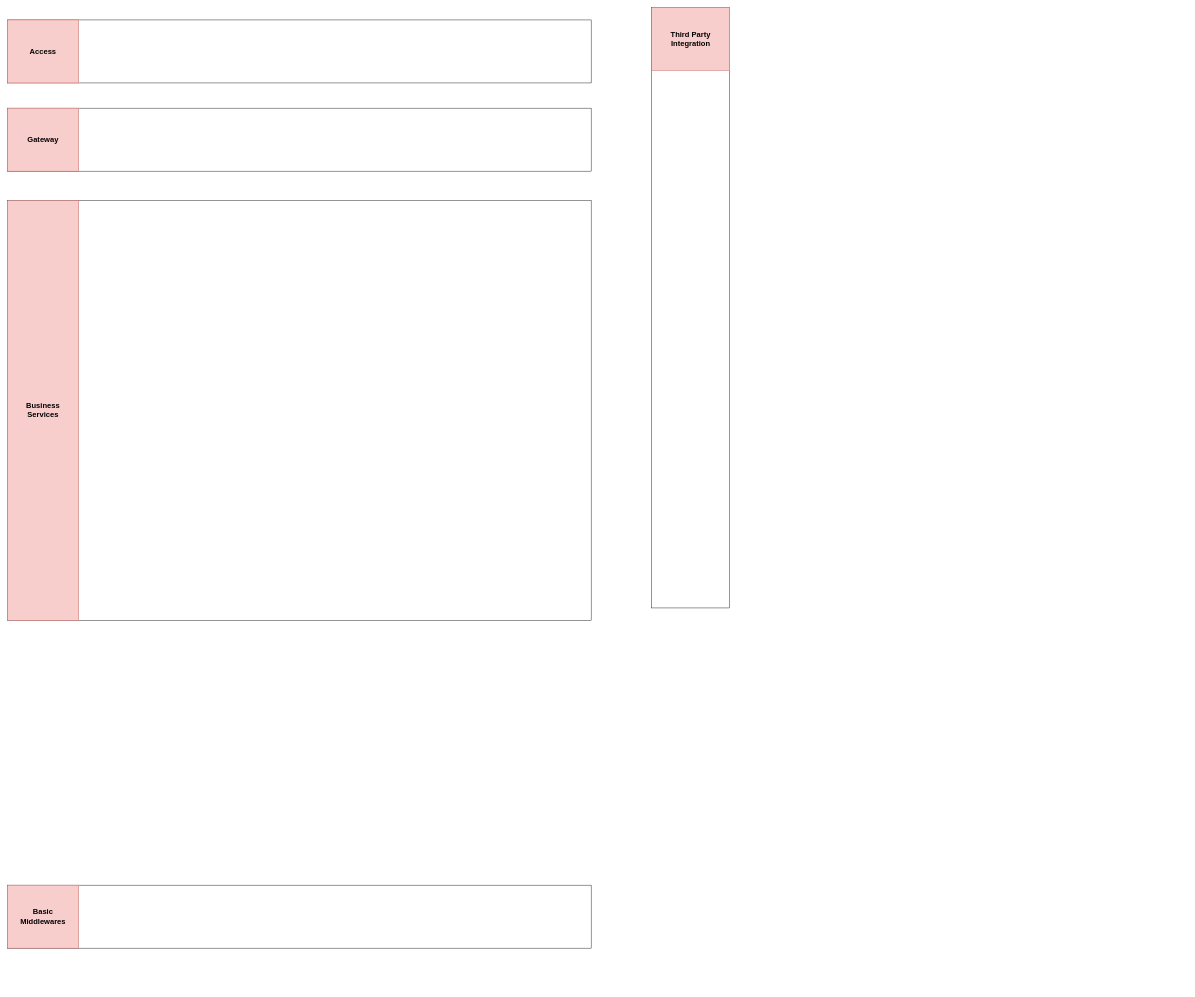
Earlier version of the draw.io diagram wallet_kwt_archi.drawio (EricLuoisme/own-diagrams-draw-io). Source tidied: cells renumbered, new cells numbered last; positions are measured from the earlier drawing's top-left corner, leaving out a move shared by most shapes. Both pictures are drawn from the tidied source at 42%, with x=0, y=0 at pixel (7, 7).
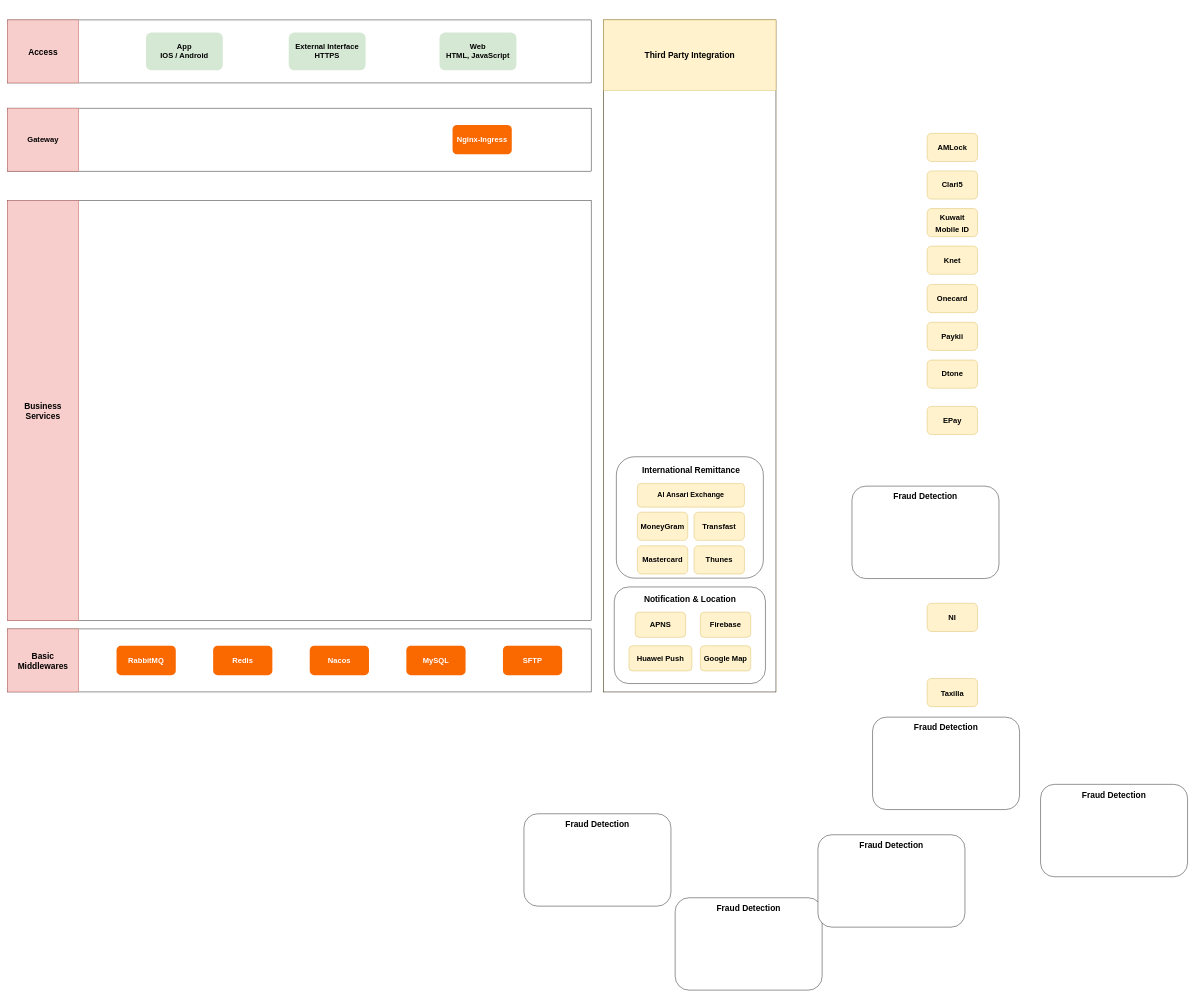
After the change.

Unchanged cells that the change refers to:
```xml
<mxCell id="5" style="group;" parent="1" vertex="1">
  <mxGeometry y="30" width="1390" height="150" as="geometry" />
</mxCell>
<mxCell id="8" style="group;" parent="1" vertex="1">
  <mxGeometry y="240" width="1390" height="150" as="geometry" />
</mxCell>
<mxCell id="11" style="group;" parent="1" vertex="1">
  <mxGeometry y="460" width="1390" height="1000" as="geometry" />
</mxCell>
```

Diff of the diagram source:
```diff
@@
-    <mxCell id="2" style="group;" parent="1" vertex="1">
-      <mxGeometry y="2090" width="1390" height="150" as="geometry" />
-    </mxCell>
-    <mxCell id="3" style="rounded=0;whiteSpace=wrap;html=1;fontSize=11;strokeWidth=1;" parent="2" vertex="1">
-      <mxGeometry width="1390" height="150" as="geometry" />
-    </mxCell>
-    <mxCell id="4" value="&lt;font style=&quot;font-size: 18px;&quot;&gt;&lt;b&gt;Basic&lt;/b&gt;&lt;/font&gt;&lt;div&gt;&lt;font style=&quot;font-size: 18px;&quot;&gt;&lt;b&gt;Middlewares&lt;/b&gt;&lt;/font&gt;&lt;/div&gt;" style="rounded=0;whiteSpace=wrap;html=1;fillColor=#f8cecc;strokeColor=#b85450;" parent="2" vertex="1">
-      <mxGeometry width="170" height="150" as="geometry" />
-    </mxCell>
@@
-    <mxCell id="7" value="&lt;font style=&quot;font-size: 18px;&quot;&gt;&lt;b&gt;Access&lt;/b&gt;&lt;/font&gt;" style="rounded=0;whiteSpace=wrap;html=1;fillColor=#f8cecc;strokeColor=#b85450;" parent="5" vertex="1">
+    <mxCell id="7" value="&lt;font size=&quot;1&quot; style=&quot;&quot;&gt;&lt;b style=&quot;font-size: 20px;&quot;&gt;Access&lt;/b&gt;&lt;/font&gt;" style="rounded=0;whiteSpace=wrap;html=1;fillColor=#f8cecc;strokeColor=#b85450;" parent="5" vertex="1">
       <mxGeometry width="170" height="150" as="geometry" />
     </mxCell>
+    <mxCell id="17" value="&lt;b&gt;App&lt;/b&gt;&lt;div style=&quot;font-size: 18px;&quot;&gt;&lt;b&gt;IOS / Android&lt;/b&gt;&lt;/div&gt;" style="rounded=1;whiteSpace=wrap;html=1;fillColor=#d5e8d4;strokeColor=none;fontSize=18;" parent="5" vertex="1">
+      <mxGeometry x="330" y="30" width="183" height="90" as="geometry" />
+    </mxCell>
+    <mxCell id="18" value="&lt;b&gt;External Interface&lt;/b&gt;&lt;div&gt;&lt;b&gt;HTTPS&lt;/b&gt;&lt;/div&gt;" style="rounded=1;whiteSpace=wrap;html=1;fillColor=#d5e8d4;strokeColor=none;fontSize=18;" parent="5" vertex="1">
+      <mxGeometry x="670" y="30" width="183" height="90" as="geometry" />
+    </mxCell>
+    <mxCell id="19" value="&lt;b&gt;Web&lt;/b&gt;&lt;div&gt;&lt;b&gt;HTML, JavaScript&lt;/b&gt;&lt;/div&gt;" style="rounded=1;whiteSpace=wrap;html=1;fillColor=#d5e8d4;strokeColor=none;fontSize=18;" parent="5" vertex="1">
+      <mxGeometry x="1029" y="30" width="183" height="90" as="geometry" />
+    </mxCell>
@@
+    <mxCell id="20" value="&lt;font color=&quot;#ffffff&quot; style=&quot;font-size: 18px;&quot;&gt;&lt;b&gt;Nginx-Ingress&lt;/b&gt;&lt;/font&gt;" style="rounded=1;whiteSpace=wrap;html=1;labelBorderColor=none;fillColor=#fa6800;strokeColor=none;fontColor=#000000;" parent="8" vertex="1">
+      <mxGeometry x="1060" y="40" width="141" height="70" as="geometry" />
+    </mxCell>
@@
-    <mxCell id="13" value="&lt;font style=&quot;font-size: 18px;&quot;&gt;&lt;b&gt;Business&lt;/b&gt;&lt;/font&gt;&lt;div&gt;&lt;font style=&quot;font-size: 18px;&quot;&gt;&lt;b&gt;Services&lt;/b&gt;&lt;/font&gt;&lt;/div&gt;" style="rounded=0;whiteSpace=wrap;html=1;fillColor=#f8cecc;strokeColor=#b85450;" parent="11" vertex="1">
+    <mxCell id="13" value="&lt;font style=&quot;font-size: 20px;&quot;&gt;&lt;b style=&quot;&quot;&gt;Business&lt;/b&gt;&lt;/font&gt;&lt;div style=&quot;font-size: 20px;&quot;&gt;&lt;font style=&quot;font-size: 20px;&quot;&gt;&lt;b style=&quot;&quot;&gt;Services&lt;/b&gt;&lt;/font&gt;&lt;/div&gt;" style="rounded=0;whiteSpace=wrap;html=1;fillColor=#f8cecc;strokeColor=#b85450;" parent="11" vertex="1">
       <mxGeometry width="170" height="1000" as="geometry" />
     </mxCell>
-    <mxCell id="14" style="group;" parent="1" vertex="1">
-      <mxGeometry x="1534" width="186" height="1430" as="geometry" />
+    <mxCell id="14" style="group;fillColor=#fff2cc;strokeColor=#d6b656;" parent="1" vertex="1">
+      <mxGeometry x="1420" y="30" width="410" height="1600" as="geometry" />
     </mxCell>
     <mxCell id="15" style="rounded=0;whiteSpace=wrap;html=1;fontSize=11;strokeWidth=1;" parent="14" vertex="1">
-      <mxGeometry width="186" height="1430" as="geometry" />
+      <mxGeometry width="410" height="1600" as="geometry" />
     </mxCell>
-    <mxCell id="16" value="&lt;font style=&quot;font-size: 18px;&quot;&gt;&lt;b&gt;Third Party&lt;/b&gt;&lt;/font&gt;&lt;div&gt;&lt;font style=&quot;font-size: 18px;&quot;&gt;&lt;b&gt;Integration&lt;/b&gt;&lt;/font&gt;&lt;/div&gt;" style="rounded=0;whiteSpace=wrap;html=1;fillColor=#f8cecc;strokeColor=#b85450;" parent="14" vertex="1">
-      <mxGeometry width="186" height="150" as="geometry" />
+    <mxCell id="16" value="&lt;font style=&quot;font-size: 20px;&quot;&gt;&lt;b style=&quot;&quot;&gt;Third Party&amp;nbsp;&lt;/b&gt;&lt;/font&gt;&lt;b style=&quot;font-size: 20px; background-color: initial;&quot;&gt;Integration&lt;/b&gt;" style="rounded=0;whiteSpace=wrap;html=1;fillColor=#fff2cc;strokeColor=#d6b656;" parent="14" vertex="1">
+      <mxGeometry width="410" height="167.8" as="geometry" />
     </mxCell>
+    <mxCell id="21" style="group;" parent="14" vertex="1">
+      <mxGeometry x="30" y="1040" width="350" height="289" as="geometry" />
+    </mxCell>
+    <mxCell id="22" style="rounded=1;whiteSpace=wrap;html=1;" parent="21" vertex="1">
+      <mxGeometry width="350" height="289" as="geometry" />
+    </mxCell>
+    <mxCell id="23" value="&lt;font size=&quot;1&quot; style=&quot;&quot;&gt;&lt;b style=&quot;font-size: 20px;&quot;&gt;International Remittance&lt;/b&gt;&lt;/font&gt;" style="text;strokeColor=none;align=center;fillColor=none;html=1;verticalAlign=middle;whiteSpace=wrap;rounded=0;" parent="21" vertex="1">
+      <mxGeometry x="42.6" width="269.7" height="63.5" as="geometry" />
+    </mxCell>
+    <mxCell id="24" value="&lt;strong&gt;&lt;font style=&quot;font-size: 17px;&quot;&gt;Al Ansari Exchange&lt;/font&gt;&lt;/strong&gt;" style="rounded=1;whiteSpace=wrap;html=1;fillColor=#fff2cc;strokeColor=#d6b656;" parent="21" vertex="1">
+      <mxGeometry x="50" y="63.5" width="255" height="56.5" as="geometry" />
+    </mxCell>
+    <mxCell id="25" value="&lt;b&gt;&lt;font style=&quot;font-size: 18px;&quot;&gt;Transfast&lt;/font&gt;&lt;/b&gt;" style="rounded=1;whiteSpace=wrap;html=1;fillColor=#fff2cc;strokeColor=#d6b656;" parent="21" vertex="1">
+      <mxGeometry x="185" y="132" width="120" height="67.1" as="geometry" />
+    </mxCell>
+    <mxCell id="26" value="&lt;b&gt;&lt;font style=&quot;font-size: 18px;&quot;&gt;Thunes&lt;/font&gt;&lt;/b&gt;" style="rounded=1;whiteSpace=wrap;html=1;fillColor=#fff2cc;strokeColor=#d6b656;" parent="21" vertex="1">
+      <mxGeometry x="185" y="212" width="120" height="67.1" as="geometry" />
+    </mxCell>
+    <mxCell id="27" value="&lt;b&gt;&lt;font style=&quot;font-size: 18px;&quot;&gt;MoneyGram&lt;/font&gt;&lt;/b&gt;" style="rounded=1;whiteSpace=wrap;html=1;fillColor=#fff2cc;strokeColor=#d6b656;" parent="21" vertex="1">
+      <mxGeometry x="50" y="132" width="120" height="67.1" as="geometry" />
+    </mxCell>
+    <mxCell id="28" value="&lt;b&gt;&lt;font style=&quot;font-size: 18px;&quot;&gt;Mastercard&lt;/font&gt;&lt;/b&gt;" style="rounded=1;whiteSpace=wrap;html=1;fillColor=#fff2cc;strokeColor=#d6b656;" parent="21" vertex="1">
+      <mxGeometry x="50" y="212" width="120" height="67.1" as="geometry" />
+    </mxCell>
+    <mxCell id="29" style="group;" parent="14" vertex="1">
+      <mxGeometry x="25" y="1350" width="360" height="230" as="geometry" />
+    </mxCell>
+    <mxCell id="30" style="rounded=1;whiteSpace=wrap;html=1;" parent="29" vertex="1">
+      <mxGeometry width="360" height="230" as="geometry" />
+    </mxCell>
+    <mxCell id="31" value="&lt;font size=&quot;1&quot; style=&quot;&quot;&gt;&lt;b style=&quot;font-size: 20px;&quot;&gt;Notification &amp;amp; Location&lt;/b&gt;&lt;/font&gt;" style="text;strokeColor=none;align=center;fillColor=none;html=1;verticalAlign=middle;whiteSpace=wrap;rounded=0;" parent="29" vertex="1">
+      <mxGeometry x="61.6" y="3" width="236.8" height="50" as="geometry" />
+    </mxCell>
+    <mxCell id="32" value="&lt;b&gt;&lt;font style=&quot;font-size: 18px;&quot;&gt;APNS&lt;/font&gt;&lt;/b&gt;" style="rounded=1;whiteSpace=wrap;html=1;fillColor=#fff2cc;strokeColor=#d6b656;" parent="29" vertex="1">
+      <mxGeometry x="50" y="60" width="120" height="60" as="geometry" />
+    </mxCell>
+    <mxCell id="33" value="&lt;span style=&quot;font-size: 18px;&quot;&gt;&lt;b&gt;Huawei Push&lt;/b&gt;&lt;/span&gt;" style="rounded=1;whiteSpace=wrap;html=1;fillColor=#fff2cc;strokeColor=#d6b656;" parent="29" vertex="1">
+      <mxGeometry x="35" y="140" width="150" height="60" as="geometry" />
+    </mxCell>
+    <mxCell id="34" value="&lt;span style=&quot;font-size: 18px;&quot;&gt;&lt;b&gt;Firebase&lt;/b&gt;&lt;/span&gt;" style="rounded=1;whiteSpace=wrap;html=1;fillColor=#fff2cc;strokeColor=#d6b656;" parent="29" vertex="1">
+      <mxGeometry x="205" y="60" width="120" height="60" as="geometry" />
+    </mxCell>
+    <mxCell id="35" value="&lt;span style=&quot;font-size: 18px;&quot;&gt;&lt;b&gt;Google Map&lt;/b&gt;&lt;/span&gt;" style="rounded=1;whiteSpace=wrap;html=1;fillColor=#fff2cc;strokeColor=#d6b656;" parent="29" vertex="1">
+      <mxGeometry x="205" y="140" width="120" height="60" as="geometry" />
+    </mxCell>
+    <mxCell id="3" style="rounded=0;whiteSpace=wrap;html=1;fontSize=11;strokeWidth=1;" parent="1" vertex="1">
+      <mxGeometry y="1480" width="1390" height="150" as="geometry" />
+    </mxCell>
+    <mxCell id="4" value="&lt;font style=&quot;font-size: 20px;&quot;&gt;&lt;b style=&quot;&quot;&gt;Basic&lt;/b&gt;&lt;/font&gt;&lt;div style=&quot;font-size: 20px;&quot;&gt;&lt;font style=&quot;font-size: 20px;&quot;&gt;&lt;b style=&quot;&quot;&gt;Middlewares&lt;/b&gt;&lt;/font&gt;&lt;/div&gt;" style="rounded=0;whiteSpace=wrap;html=1;fillColor=#f8cecc;strokeColor=#b85450;" parent="1" vertex="1">
+      <mxGeometry y="1480" width="170" height="150" as="geometry" />
+    </mxCell>
+    <mxCell id="36" value="&lt;font color=&quot;#ffffff&quot; style=&quot;font-size: 18px;&quot;&gt;&lt;b&gt;RabbitMQ&lt;/b&gt;&lt;/font&gt;" style="rounded=1;whiteSpace=wrap;html=1;labelBorderColor=none;fillColor=#fa6800;strokeColor=none;fontColor=#000000;" parent="1" vertex="1">
+      <mxGeometry x="260" y="1520" width="141" height="70" as="geometry" />
+    </mxCell>
+    <mxCell id="37" value="&lt;font color=&quot;#ffffff&quot; style=&quot;font-size: 18px;&quot;&gt;&lt;b&gt;Redis&lt;/b&gt;&lt;/font&gt;" style="rounded=1;whiteSpace=wrap;html=1;labelBorderColor=none;fillColor=#fa6800;strokeColor=none;fontColor=#000000;" parent="1" vertex="1">
+      <mxGeometry x="490" y="1520" width="141" height="70" as="geometry" />
+    </mxCell>
+    <mxCell id="38" value="&lt;font color=&quot;#ffffff&quot; style=&quot;font-size: 18px;&quot;&gt;&lt;b&gt;Nacos&lt;/b&gt;&lt;/font&gt;" style="rounded=1;whiteSpace=wrap;html=1;labelBorderColor=none;fillColor=#fa6800;strokeColor=none;fontColor=#000000;" parent="1" vertex="1">
+      <mxGeometry x="720" y="1520" width="141" height="70" as="geometry" />
+    </mxCell>
+    <mxCell id="39" value="&lt;font color=&quot;#ffffff&quot; style=&quot;font-size: 18px;&quot;&gt;&lt;b&gt;MySQL&lt;/b&gt;&lt;/font&gt;" style="rounded=1;whiteSpace=wrap;html=1;labelBorderColor=none;fillColor=#fa6800;strokeColor=none;fontColor=#000000;" parent="1" vertex="1">
+      <mxGeometry x="950" y="1520" width="141" height="70" as="geometry" />
+    </mxCell>
+    <mxCell id="40" value="&lt;font color=&quot;#ffffff&quot; style=&quot;font-size: 18px;&quot;&gt;&lt;b&gt;SFTP&lt;/b&gt;&lt;/font&gt;" style="rounded=1;whiteSpace=wrap;html=1;labelBorderColor=none;fillColor=#fa6800;strokeColor=none;fontColor=#000000;" parent="1" vertex="1">
+      <mxGeometry x="1180" y="1520" width="141" height="70" as="geometry" />
+    </mxCell>
+    <mxCell id="41" value="&lt;b&gt;&lt;font style=&quot;font-size: 18px;&quot;&gt;AMLock&lt;/font&gt;&lt;/b&gt;" style="rounded=1;whiteSpace=wrap;html=1;fillColor=#fff2cc;strokeColor=#d6b656;" parent="1" vertex="1">
+      <mxGeometry x="2190" y="300" width="120" height="67.1" as="geometry" />
+    </mxCell>
+    <mxCell id="42" value="&lt;b&gt;&lt;font style=&quot;font-size: 18px;&quot;&gt;Clari5&lt;/font&gt;&lt;/b&gt;" style="rounded=1;whiteSpace=wrap;html=1;fillColor=#fff2cc;strokeColor=#d6b656;" parent="1" vertex="1">
+      <mxGeometry x="2190" y="389.5" width="120" height="67.1" as="geometry" />
+    </mxCell>
+    <mxCell id="43" value="&lt;h1&gt;&lt;span class=&quot;AfwdI&quot;&gt;&lt;font style=&quot;font-size: 18px;&quot;&gt;Kuwait Mobile ID&lt;/font&gt;&lt;/span&gt;&lt;/h1&gt;" style="rounded=1;whiteSpace=wrap;html=1;fillColor=#fff2cc;strokeColor=#d6b656;" parent="1" vertex="1">
+      <mxGeometry x="2190" y="479" width="120" height="67.1" as="geometry" />
+    </mxCell>
+    <mxCell id="44" value="&lt;b&gt;&lt;font style=&quot;font-size: 18px;&quot;&gt;Knet&lt;/font&gt;&lt;/b&gt;" style="rounded=1;whiteSpace=wrap;html=1;fillColor=#fff2cc;strokeColor=#d6b656;" parent="1" vertex="1">
+      <mxGeometry x="2190" y="568.5" width="120" height="67.1" as="geometry" />
+    </mxCell>
+    <mxCell id="45" value="&lt;b&gt;&lt;font style=&quot;font-size: 18px;&quot;&gt;Onecard&lt;/font&gt;&lt;/b&gt;" style="rounded=1;whiteSpace=wrap;html=1;fillColor=#fff2cc;strokeColor=#d6b656;" parent="1" vertex="1">
+      <mxGeometry x="2190" y="659.8" width="120" height="67.1" as="geometry" />
+    </mxCell>
+    <mxCell id="46" value="&lt;b&gt;&lt;font style=&quot;font-size: 18px;&quot;&gt;Paykii&lt;/font&gt;&lt;/b&gt;" style="rounded=1;whiteSpace=wrap;html=1;fillColor=#fff2cc;strokeColor=#d6b656;" parent="1" vertex="1">
+      <mxGeometry x="2190" y="749.8" width="120" height="67.1" as="geometry" />
+    </mxCell>
+    <mxCell id="47" value="&lt;span style=&quot;font-size: 18px;&quot;&gt;&lt;b&gt;Dtone&lt;/b&gt;&lt;/span&gt;" style="rounded=1;whiteSpace=wrap;html=1;fillColor=#fff2cc;strokeColor=#d6b656;" parent="1" vertex="1">
+      <mxGeometry x="2190" y="839.8" width="120" height="67.1" as="geometry" />
+    </mxCell>
+    <mxCell id="48" value="&lt;b&gt;&lt;font style=&quot;font-size: 18px;&quot;&gt;EPay&lt;/font&gt;&lt;/b&gt;" style="rounded=1;whiteSpace=wrap;html=1;fillColor=#fff2cc;strokeColor=#d6b656;" parent="1" vertex="1">
+      <mxGeometry x="2190" y="950" width="120" height="67.1" as="geometry" />
+    </mxCell>
+    <mxCell id="49" value="&lt;b&gt;&lt;font style=&quot;font-size: 18px;&quot;&gt;NI&lt;/font&gt;&lt;/b&gt;" style="rounded=1;whiteSpace=wrap;html=1;fillColor=#fff2cc;strokeColor=#d6b656;" parent="1" vertex="1">
+      <mxGeometry x="2190" y="1418.9" width="120" height="67.1" as="geometry" />
+    </mxCell>
+    <mxCell id="50" value="&lt;h1&gt;&lt;span style=&quot;font-size: 18px;&quot;&gt;Taxilla&lt;/span&gt;&lt;/h1&gt;" style="rounded=1;whiteSpace=wrap;html=1;fillColor=#fff2cc;strokeColor=#d6b656;" parent="1" vertex="1">
+      <mxGeometry x="2190" y="1597.9" width="120" height="67.1" as="geometry" />
+    </mxCell>
+    <mxCell id="51" style="group;" parent="1" vertex="1">
+      <mxGeometry x="1590" y="2120" width="350" height="220" as="geometry" />
+    </mxCell>
+    <mxCell id="52" style="rounded=1;whiteSpace=wrap;html=1;" parent="51" vertex="1">
+      <mxGeometry width="350" height="220" as="geometry" />
+    </mxCell>
+    <mxCell id="53" value="&lt;font size=&quot;1&quot; style=&quot;&quot;&gt;&lt;b style=&quot;font-size: 20px;&quot;&gt;Fraud Detection&lt;/b&gt;&lt;/font&gt;" style="text;strokeColor=none;align=center;fillColor=none;html=1;verticalAlign=middle;whiteSpace=wrap;rounded=0;" parent="51" vertex="1">
+      <mxGeometry x="59.9" width="230.3" height="47.8" as="geometry" />
+    </mxCell>
+    <mxCell id="54" style="group;" parent="1" vertex="1">
+      <mxGeometry x="2060" y="1690" width="350" height="220" as="geometry" />
+    </mxCell>
+    <mxCell id="55" style="rounded=1;whiteSpace=wrap;html=1;" parent="54" vertex="1">
+      <mxGeometry width="350" height="220" as="geometry" />
+    </mxCell>
+    <mxCell id="56" value="&lt;font size=&quot;1&quot; style=&quot;&quot;&gt;&lt;b style=&quot;font-size: 20px;&quot;&gt;Fraud Detection&lt;/b&gt;&lt;/font&gt;" style="text;strokeColor=none;align=center;fillColor=none;html=1;verticalAlign=middle;whiteSpace=wrap;rounded=0;" parent="54" vertex="1">
+      <mxGeometry x="59.9" width="230.3" height="47.8" as="geometry" />
+    </mxCell>
+    <mxCell id="57" style="group;" parent="1" vertex="1">
+      <mxGeometry x="1930" y="1970" width="350" height="220" as="geometry" />
+    </mxCell>
+    <mxCell id="58" style="rounded=1;whiteSpace=wrap;html=1;" parent="57" vertex="1">
+      <mxGeometry width="350" height="220" as="geometry" />
+    </mxCell>
+    <mxCell id="59" value="&lt;font size=&quot;1&quot; style=&quot;&quot;&gt;&lt;b style=&quot;font-size: 20px;&quot;&gt;Fraud Detection&lt;/b&gt;&lt;/font&gt;" style="text;strokeColor=none;align=center;fillColor=none;html=1;verticalAlign=middle;whiteSpace=wrap;rounded=0;" parent="57" vertex="1">
+      <mxGeometry x="59.9" width="230.3" height="47.8" as="geometry" />
+    </mxCell>
+    <mxCell id="60" style="group;" parent="1" vertex="1">
+      <mxGeometry x="1230" y="1920" width="350" height="220" as="geometry" />
+    </mxCell>
+    <mxCell id="61" style="rounded=1;whiteSpace=wrap;html=1;" parent="60" vertex="1">
+      <mxGeometry width="350" height="220" as="geometry" />
+    </mxCell>
+    <mxCell id="62" value="&lt;font size=&quot;1&quot; style=&quot;&quot;&gt;&lt;b style=&quot;font-size: 20px;&quot;&gt;Fraud Detection&lt;/b&gt;&lt;/font&gt;" style="text;strokeColor=none;align=center;fillColor=none;html=1;verticalAlign=middle;whiteSpace=wrap;rounded=0;" parent="60" vertex="1">
+      <mxGeometry x="59.9" width="230.3" height="47.8" as="geometry" />
+    </mxCell>
+    <mxCell id="63" style="group;" parent="1" vertex="1">
+      <mxGeometry x="2460" y="1850" width="350" height="220" as="geometry" />
+    </mxCell>
+    <mxCell id="64" style="rounded=1;whiteSpace=wrap;html=1;" parent="63" vertex="1">
+      <mxGeometry width="350" height="220" as="geometry" />
+    </mxCell>
+    <mxCell id="65" value="&lt;font size=&quot;1&quot; style=&quot;&quot;&gt;&lt;b style=&quot;font-size: 20px;&quot;&gt;Fraud Detection&lt;/b&gt;&lt;/font&gt;" style="text;strokeColor=none;align=center;fillColor=none;html=1;verticalAlign=middle;whiteSpace=wrap;rounded=0;" parent="63" vertex="1">
+      <mxGeometry x="59.9" width="230.3" height="47.8" as="geometry" />
+    </mxCell>
+    <mxCell id="66" style="group;" parent="1" vertex="1">
+      <mxGeometry x="2011" y="1140" width="350" height="220" as="geometry" />
+    </mxCell>
+    <mxCell id="67" style="rounded=1;whiteSpace=wrap;html=1;" parent="66" vertex="1">
+      <mxGeometry width="350" height="220" as="geometry" />
+    </mxCell>
+    <mxCell id="68" value="&lt;font size=&quot;1&quot; style=&quot;&quot;&gt;&lt;b style=&quot;font-size: 20px;&quot;&gt;Fraud Detection&lt;/b&gt;&lt;/font&gt;" style="text;strokeColor=none;align=center;fillColor=none;html=1;verticalAlign=middle;whiteSpace=wrap;rounded=0;" parent="66" vertex="1">
+      <mxGeometry x="59.9" width="230.3" height="47.8" as="geometry" />
+    </mxCell>
```
